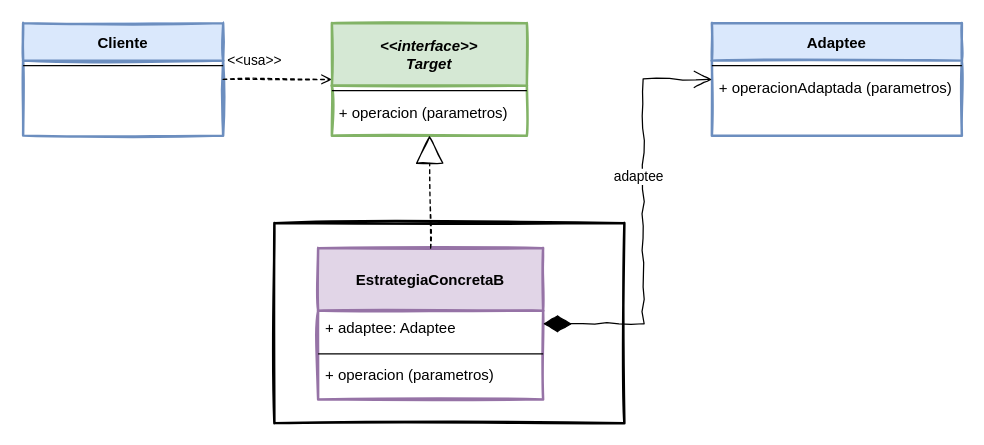
This is page "Adapter - Plantilla Objetos" (1 of 2) of Adapter.drawio from JavaTutoriales/Adapter, a draw.io file, before an edit. Source tidied: cells renumbered, new cells numbered last; positions are measured from the earlier drawing's top-left corner, leaving out a move shared by most shapes. Both pictures are drawn from the tidied source at 125%, with x=0, y=0 at pixel (22, 22).
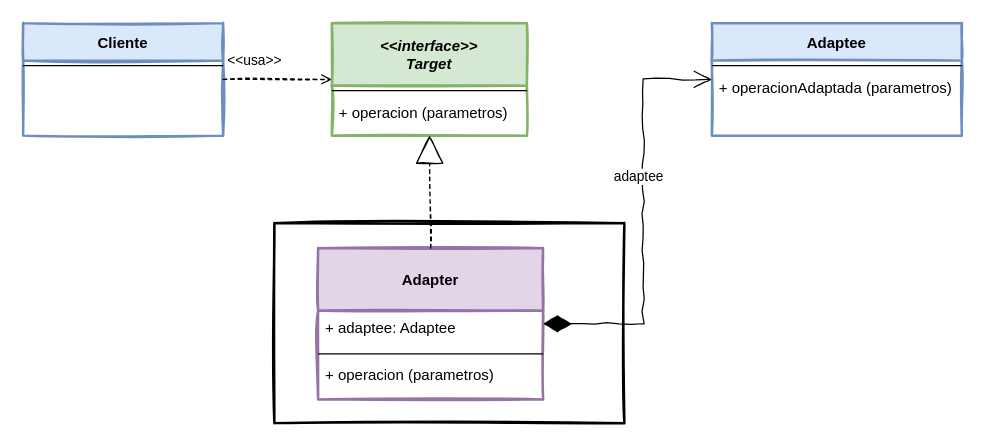
After the change.

What changed in the source:
```diff
@@
 <mxGraphModel>
   <root>
     <mxCell id="0" />
     <mxCell id="1" parent="0" />
     <mxCell id="2" style="rounded=0;whiteSpace=wrap;html=1;sketch=1;fillStyle=solid;startSize=30;strokeWidth=2;" parent="1" vertex="1">
       <mxGeometry x="201" y="160" width="280" height="160" as="geometry" />
     </mxCell>
     <mxCell id="3" value="Cliente" style="swimlane;fontStyle=1;align=center;verticalAlign=middle;horizontal=1;startSize=30;rounded=0;shadow=0;strokeWidth=2;strokeColor=#6c8ebf;fillColor=#dae8fc;swimlaneFillColor=rgba(255, 255, 255, 1);sketch=1;fillStyle=solid;" parent="1" vertex="1">
       <mxGeometry width="160" height="90" as="geometry" />
     </mxCell>
     <mxCell id="4" style="line;html=1;strokeWidth=1;align=left;verticalAlign=middle;spacingTop=-1;spacingLeft=3;spacingRight=3;labelPosition=right;" parent="3" vertex="1">
       <mxGeometry y="30" width="160" height="8" as="geometry" />
     </mxCell>
-    <mxCell id="5" value="EstrategiaConcretaB" style="swimlane;fontStyle=1;align=center;verticalAlign=middle;horizontal=1;startSize=50;rounded=0;shadow=0;strokeWidth=2;strokeColor=#9673a6;fillColor=#e1d5e7;swimlaneFillColor=rgba(255, 255, 255, 1);sketch=1;fillStyle=solid;" parent="1" vertex="1">
+    <mxCell id="5" value="Adapter" style="swimlane;fontStyle=1;align=center;verticalAlign=middle;horizontal=1;startSize=50;rounded=0;shadow=0;strokeWidth=2;strokeColor=#9673a6;fillColor=#e1d5e7;swimlaneFillColor=rgba(255, 255, 255, 1);sketch=1;fillStyle=solid;" parent="1" vertex="1">
       <mxGeometry x="236" y="180" width="180" height="121" as="geometry" />
     </mxCell>
     <mxCell id="6" value="+ adaptee: Adaptee" style="text;strokeColor=none;fillColor=none;align=left;verticalAlign=top;spacingLeft=4;spacingRight=4;overflow=hidden;rounded=1;sketch=1;fillStyle=solid;startSize=30;" parent="5" vertex="1">
       <mxGeometry y="50" width="180" height="31" as="geometry" />
     </mxCell>
     <mxCell id="7" style="line;html=1;strokeWidth=1;align=left;verticalAlign=middle;spacingTop=-1;spacingLeft=3;spacingRight=3;labelPosition=right;" parent="5" vertex="1">
       <mxGeometry y="81" width="180" height="7" as="geometry" />
     </mxCell>
     <mxCell id="8" value="+ operacion (parametros)" style="text;strokeColor=none;fillColor=none;align=left;verticalAlign=top;spacingLeft=4;spacingRight=4;overflow=hidden;rounded=1;sketch=1;fillStyle=solid;startSize=30;" parent="5" vertex="1">
       <mxGeometry y="88" width="180" height="31" as="geometry" />
     </mxCell>
     <mxCell id="9" value="&amp;lt;&amp;lt;usa&amp;gt;&amp;gt;" style="edgeStyle=orthogonalEdgeStyle;rounded=0;jettySize=auto;html=1;startSize=30;dashed=1;endFill=0;endArrow=open;exitX=1;exitY=0.5;exitDx=0;exitDy=0;entryX=0;entryY=0.5;entryDx=0;entryDy=0;sketch=1;" parent="1" edge="1" source="3" target="10">
       <mxGeometry x="-0.42" y="15" relative="1" as="geometry" />
     </mxCell>
     <mxCell id="10" value="&lt;&lt;interface&gt;&gt;&#10;Target" style="swimlane;fontStyle=3;align=center;verticalAlign=middle;horizontal=1;startSize=50;rounded=0;shadow=0;strokeWidth=2;strokeColor=#82b366;fillColor=#d5e8d4;swimlaneFillColor=rgba(255, 255, 255, 1);sketch=1;fillStyle=solid;" parent="1" vertex="1">
       <mxGeometry x="247" width="156" height="90" as="geometry" />
     </mxCell>
     <mxCell id="11" style="line;html=1;strokeWidth=1;align=left;verticalAlign=middle;spacingTop=-1;spacingLeft=3;spacingRight=3;labelPosition=right;" parent="10" vertex="1">
       <mxGeometry y="50" width="156" height="8" as="geometry" />
     </mxCell>
     <mxCell id="12" value="+ operacion (parametros)" style="text;strokeColor=none;fillColor=none;align=left;verticalAlign=top;spacingLeft=4;spacingRight=4;overflow=hidden;rounded=1;sketch=1;fillStyle=solid;startSize=30;" parent="10" vertex="1">
       <mxGeometry y="58" width="156" height="31" as="geometry" />
     </mxCell>
     <mxCell id="13" style="endArrow=block;dashed=1;endFill=0;endSize=20;html=1;rounded=0;sketch=1;strokeWidth=1;entryX=0.5;entryY=1;entryDx=0;entryDy=0;exitX=0.5;exitY=0;exitDx=0;exitDy=0;" parent="1" edge="1" source="5" target="10">
       <mxGeometry relative="1" as="geometry" />
     </mxCell>
     <mxCell id="14" value="Adaptee" style="swimlane;fontStyle=1;align=center;verticalAlign=middle;horizontal=1;startSize=30;rounded=0;shadow=0;strokeWidth=2;strokeColor=#6c8ebf;fillColor=#dae8fc;swimlaneFillColor=rgba(255, 255, 255, 1);sketch=1;fillStyle=solid;" parent="1" vertex="1">
       <mxGeometry x="551" width="200" height="90" as="geometry" />
     </mxCell>
     <mxCell id="15" style="line;html=1;strokeWidth=1;align=left;verticalAlign=middle;spacingTop=-1;spacingLeft=3;spacingRight=3;labelPosition=right;" parent="14" vertex="1">
       <mxGeometry y="30" width="200" height="8" as="geometry" />
     </mxCell>
     <mxCell id="16" value="+ operacionAdaptada (parametros)" style="text;strokeColor=none;fillColor=none;align=left;verticalAlign=top;spacingLeft=4;spacingRight=4;overflow=hidden;rounded=1;sketch=1;fillStyle=solid;startSize=30;" parent="14" vertex="1">
       <mxGeometry y="38" width="200" height="31" as="geometry" />
     </mxCell>
     <mxCell id="17" value="adaptee" style="endArrow=open;html=1;endSize=12;startArrow=diamondThin;startSize=20;startFill=1;edgeStyle=orthogonalEdgeStyle;align=left;verticalAlign=bottom;rounded=0;sketch=1;strokeWidth=1;exitX=1;exitY=0.5;exitDx=0;exitDy=0;entryX=0;entryY=0.5;entryDx=0;entryDy=0;sourcePerimeterSpacing=0;fixDash=0;sketchStyle=comic;disableMultiStroke=0;flowAnimation=0;anchorPointDirection=1;noJump=0;orthogonal=1;snapToPoint=1;endFill=1;" parent="1" edge="1" source="5" target="14">
       <mxGeometry x="0.15" y="25" relative="1" as="geometry">
         <Array as="points">
           <mxPoint x="496" y="241" />
           <mxPoint x="496" y="45" />
         </Array>
         <mxPoint y="1" as="offset" />
       </mxGeometry>
     </mxCell>
   </root>
 </mxGraphModel>
```
